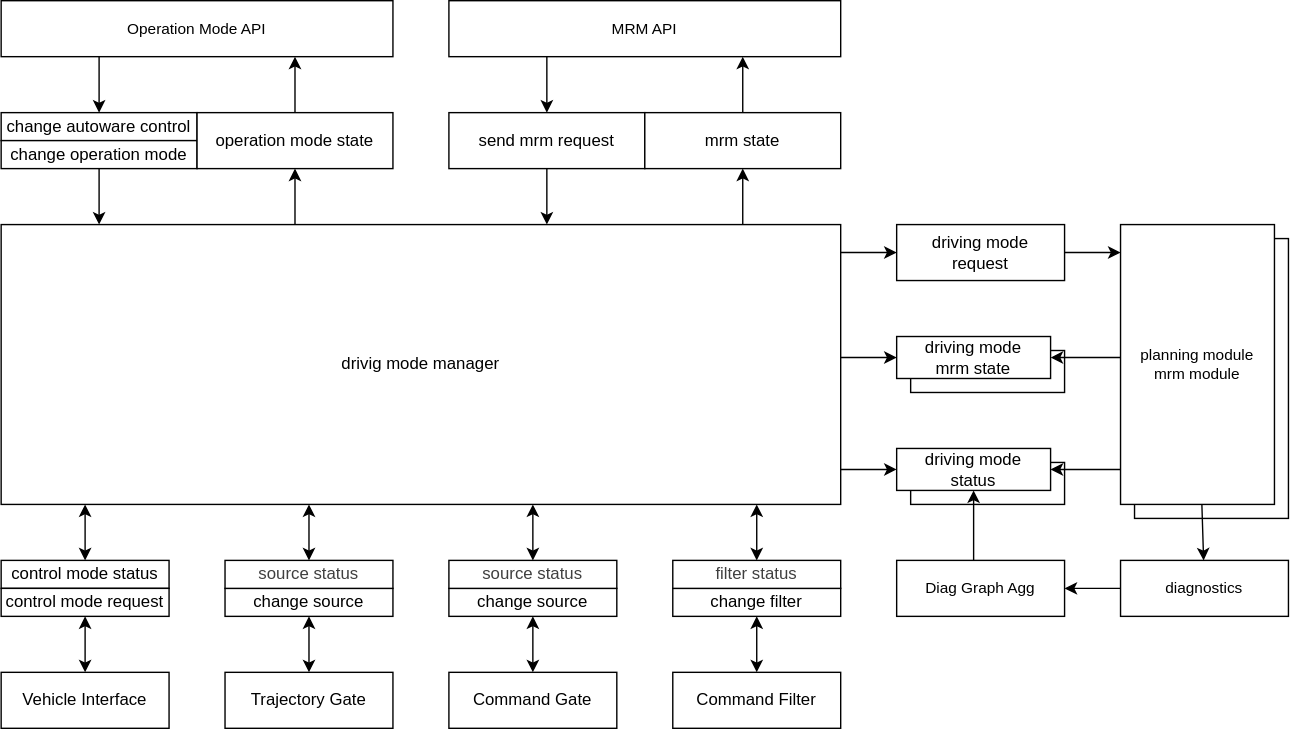
The draw.io diagram system/autoware_driving_mode_manager/doc/data-flow-external.drawio.svg in isamu-takagi/autoware_universe, before a commit. Source tidied: cells renumbered, new cells last; positions are measured from the earlier drawing's top-left corner, leaving out a move shared by most shapes.
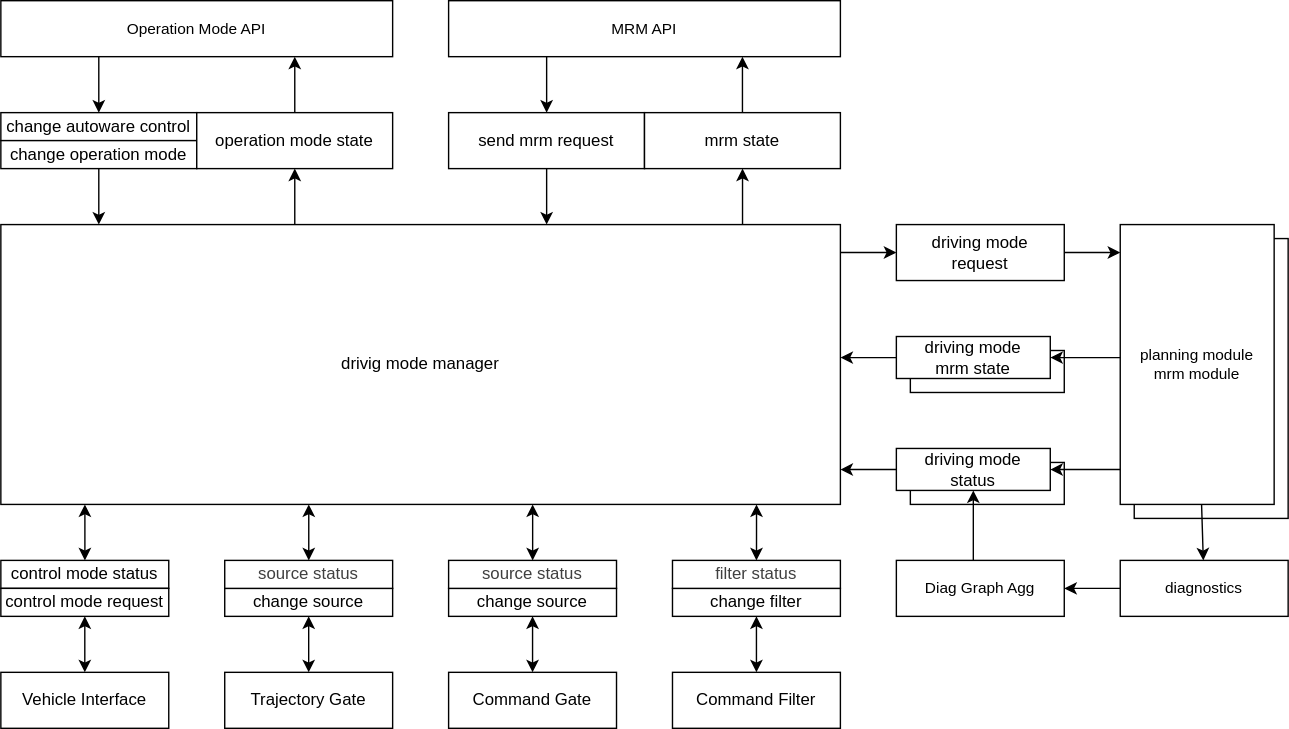
After the change.

Change to the diagram source:
```diff
@@ -2,22 +2,6 @@
   <root>
     <mxCell id="0" />
     <mxCell id="1" parent="0" />
-    <mxCell id="2" style="edgeStyle=orthogonalEdgeStyle;html=1;" parent="1" edge="1" source="11" target="30">
-      <mxGeometry relative="1" as="geometry">
-        <Array as="points">
-          <mxPoint x="610" y="255" />
-          <mxPoint x="610" y="255" />
-        </Array>
-      </mxGeometry>
-    </mxCell>
-    <mxCell id="3" style="edgeStyle=orthogonalEdgeStyle;html=1;" parent="1" edge="1" source="11" target="27">
-      <mxGeometry relative="1" as="geometry">
-        <Array as="points">
-          <mxPoint x="620" y="335" />
-          <mxPoint x="620" y="335" />
-        </Array>
-      </mxGeometry>
-    </mxCell>
     <mxCell id="4" style="edgeStyle=orthogonalEdgeStyle;html=1;" parent="1" edge="1" source="11" target="54">
       <mxGeometry relative="1" as="geometry">
         <Array as="points">
@@ -132,6 +116,14 @@
     <mxCell id="26" style="rounded=0;whiteSpace=wrap;html=1;" parent="1" vertex="1">
       <mxGeometry x="650" y="330" width="110" height="30" as="geometry" />
     </mxCell>
+    <mxCell id="57" style="edgeStyle=orthogonalEdgeStyle;html=1;" parent="1" edge="1" source="27" target="11">
+      <mxGeometry relative="1" as="geometry">
+        <Array as="points">
+          <mxPoint x="610" y="335" />
+          <mxPoint x="610" y="335" />
+        </Array>
+      </mxGeometry>
+    </mxCell>
     <mxCell id="27" value="driving mode&lt;div&gt;status&lt;/div&gt;" style="rounded=0;whiteSpace=wrap;html=1;" parent="1" vertex="1">
       <mxGeometry x="640" y="320" width="110" height="30" as="geometry" />
     </mxCell>
@@ -257,5 +249,13 @@
         </Array>
       </mxGeometry>
     </mxCell>
+    <mxCell id="58" style="edgeStyle=orthogonalEdgeStyle;html=1;" parent="1" edge="1" source="30" target="11">
+      <mxGeometry relative="1" as="geometry">
+        <Array as="points">
+          <mxPoint x="610" y="255" />
+          <mxPoint x="610" y="255" />
+        </Array>
+      </mxGeometry>
+    </mxCell>
   </root>
 </mxGraphModel>
```
